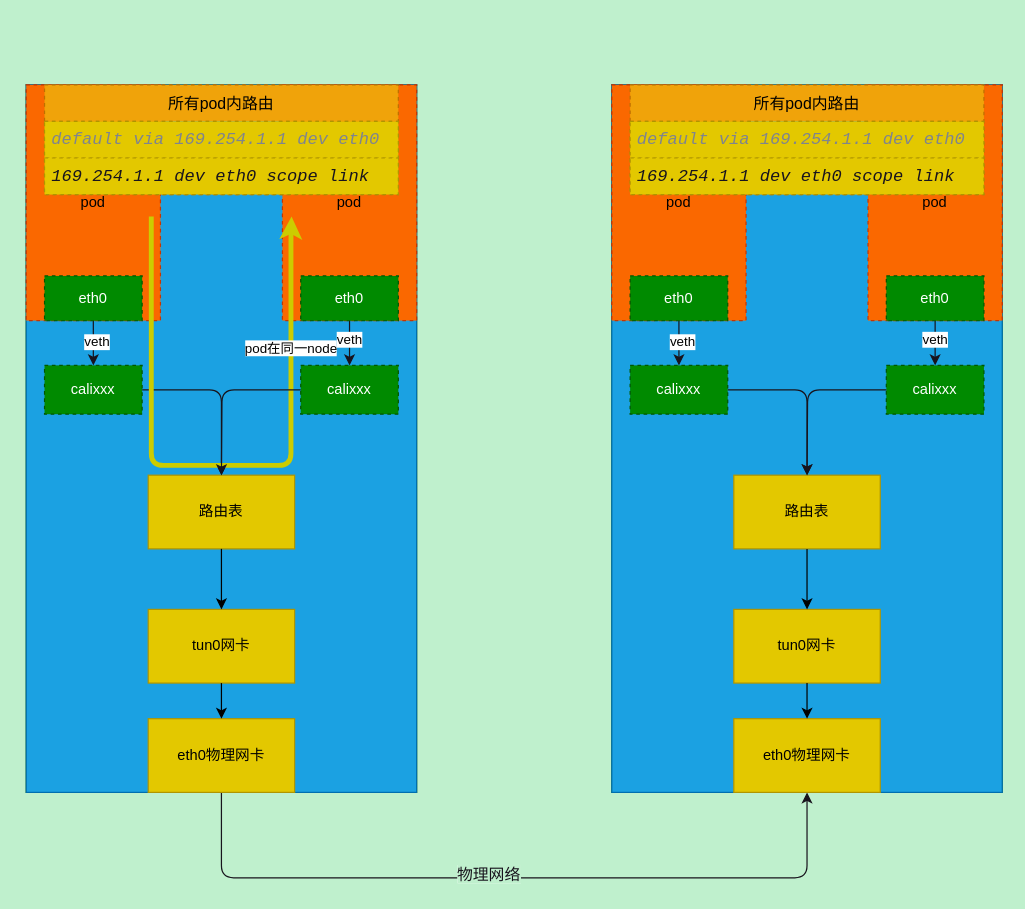
This is drawio/calico.drawio from NatureLR/blog, a draw.io file, before an edit. Source tidied: cells renumbered, new cells numbered last; positions are measured from the earlier drawing's top-left corner, leaving out a move shared by most shapes. Both pictures are drawn from the tidied source at 122%, with x=0, y=0 at pixel (26, 84).
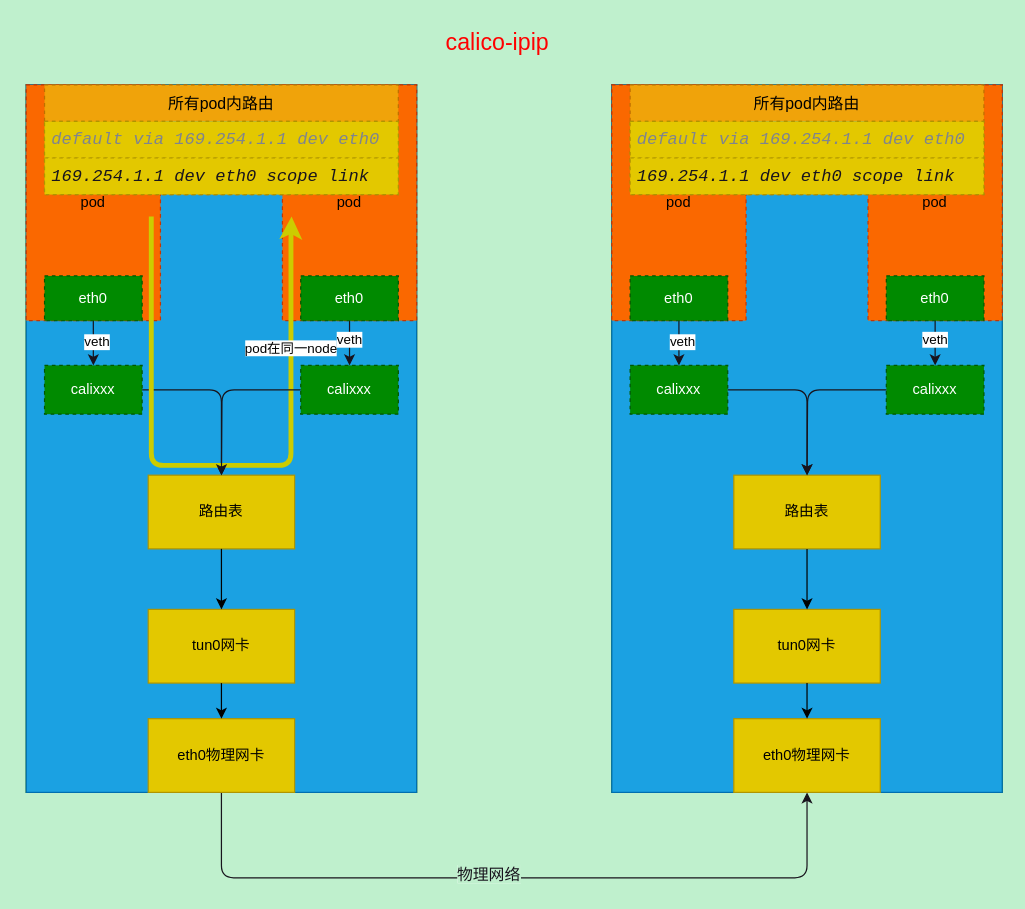
The same page after the edit.

Change to the diagram source:
```diff
@@
+    <mxCell id="60" value="&lt;font style=&quot;font-size: 19px;&quot; color=&quot;#ff0000&quot;&gt;calico-ipip&lt;/font&gt;" style="text;html=1;align=center;verticalAlign=middle;strokeColor=none;fillColor=none;strokeWidth=5;" parent="1" vertex="1">
+      <mxGeometry x="335" y="-52" width="102" height="35" as="geometry" />
+    </mxCell>
```
